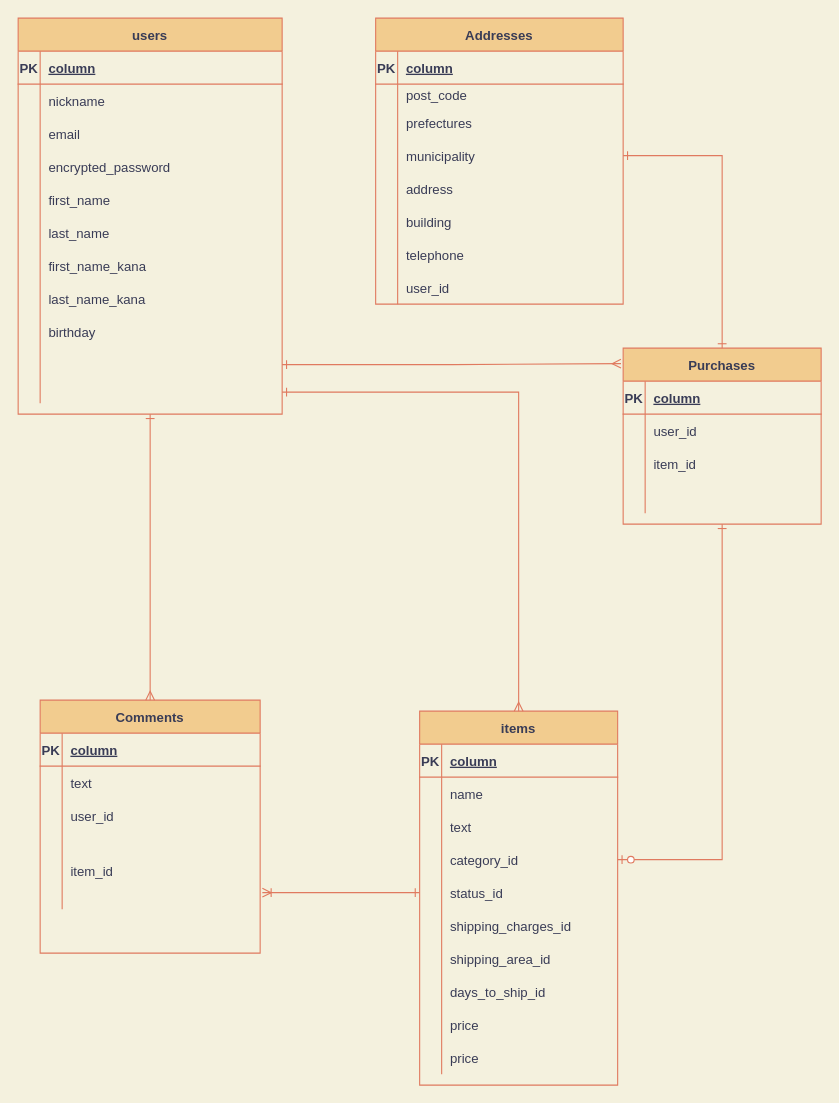
This is .dio from uki-88/furima-35030, a draw.io file, before an edit. Source tidied: cells renumbered, new cells numbered last; positions are measured from the earlier drawing's top-left corner, leaving out a move shared by most shapes. Both pictures are drawn from the tidied source at 110%, with x=0, y=0 at pixel (18, 18).
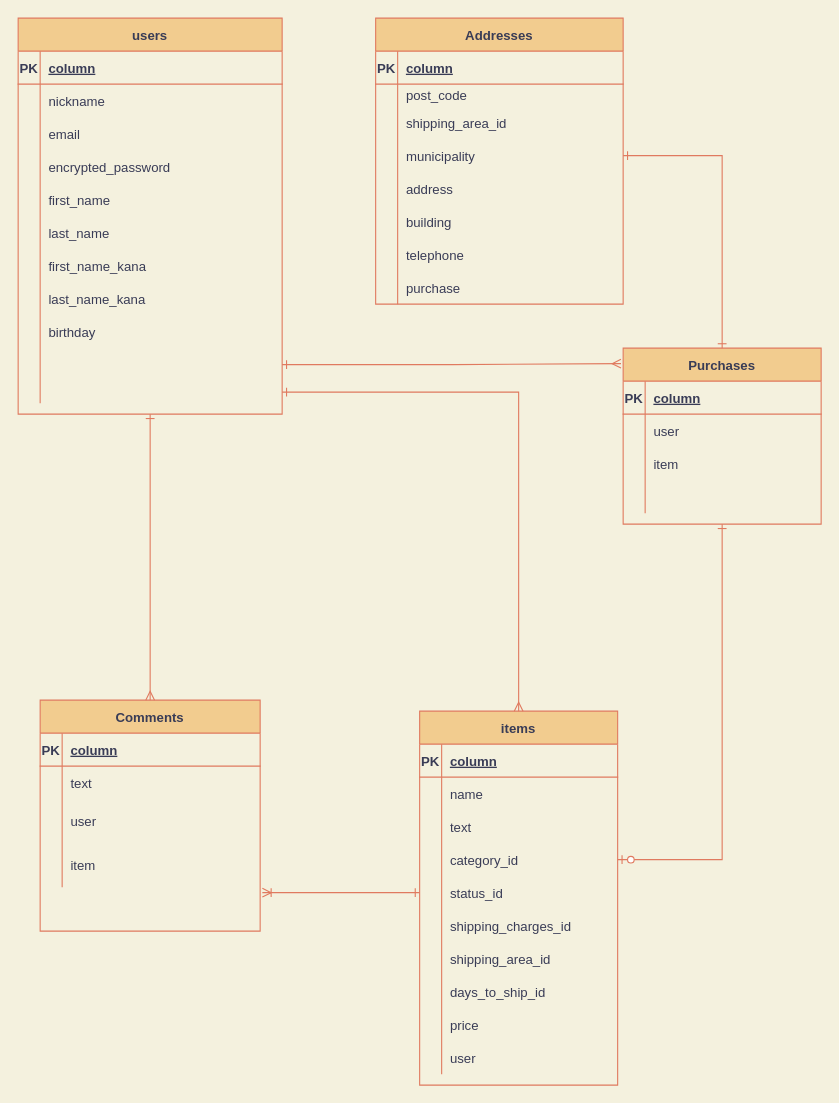
The same page after the edit.

Commit message (it also covers changes not shown here):
テーブル設計の修正Part4

Unchanged cells that the change refers to:
```xml
<mxCell id="9" style="shape=partialRectangle;fillColor=none;top=0;left=0;bottom=0;right=0;strokeColor=#E07A5F;fontColor=#393C56;" parent="2" vertex="1">
  <mxGeometry y="80" width="225" height="30" as="geometry" />
</mxCell>
<mxCell id="24" style="shape=partialRectangle;fillColor=none;top=0;left=0;bottom=0;right=0;strokeColor=#E07A5F;fontColor=#393C56;" parent="2" vertex="1">
  <mxGeometry y="230" width="225" height="30" as="geometry" />
</mxCell>
<mxCell id="68" style="shape=partialRectangle;fillColor=none;top=0;left=0;bottom=0;right=0;strokeColor=#E07A5F;fontColor=#393C56;" parent="40" vertex="1">
  <mxGeometry y="300" width="180" height="30" as="geometry" />
</mxCell>
<mxCell id="110" style="shape=partialRectangle;fillColor=none;top=0;left=0;bottom=0;right=0;strokeColor=#E07A5F;fontColor=#393C56;" parent="106" vertex="1">
  <mxGeometry y="60" width="180" height="30" as="geometry" />
</mxCell>
<mxCell id="113" style="shape=partialRectangle;fillColor=none;top=0;left=0;bottom=0;right=0;strokeColor=#E07A5F;fontColor=#393C56;" parent="106" vertex="1">
  <mxGeometry y="90" width="180" height="30" as="geometry" />
</mxCell>
```

Diff of the diagram source:
```diff
@@
-    <mxCell id="11" value="prefectures" style="shape=partialRectangle;fillColor=none;top=0;left=0;bottom=0;right=0;align=left;spacingLeft=6;overflow=hidden;strokeColor=#E07A5F;fontColor=#393C56;" parent="9" vertex="1">
+    <mxCell id="11" value="shipping_area_id" style="shape=partialRectangle;fillColor=none;top=0;left=0;bottom=0;right=0;align=left;spacingLeft=6;overflow=hidden;strokeColor=#E07A5F;fontColor=#393C56;" parent="9" vertex="1">
       <mxGeometry x="20" width="205" height="30" as="geometry" />
     </mxCell>
@@
-    <mxCell id="26" value="user_id" style="shape=partialRectangle;fillColor=none;top=0;left=0;bottom=0;right=0;align=left;spacingLeft=6;overflow=hidden;strokeColor=#E07A5F;fontColor=#393C56;" parent="24" vertex="1">
+    <mxCell id="26" value="purchase" style="shape=partialRectangle;fillColor=none;top=0;left=0;bottom=0;right=0;align=left;spacingLeft=6;overflow=hidden;strokeColor=#E07A5F;fontColor=#393C56;" parent="24" vertex="1">
       <mxGeometry x="20" width="205" height="30" as="geometry" />
     </mxCell>
     <mxCell id="27" value="Comments" style="shape=table;startSize=30;childLayout=tableLayout;rowLines=0;fontStyle=1;align=center;fillColor=#F2CC8F;strokeColor=#E07A5F;fontColor=#393C56;" parent="1" vertex="1">
-      <mxGeometry x="20" y="620" width="200" height="230" as="geometry" />
+      <mxGeometry x="20" y="620" width="200" height="210" as="geometry" />
     </mxCell>
@@
     <mxCell id="34" style="shape=partialRectangle;fillColor=none;top=0;left=0;bottom=0;right=0;strokeColor=#E07A5F;fontColor=#393C56;" parent="27" vertex="1">
-      <mxGeometry y="90" width="200" height="30" as="geometry" />
+      <mxGeometry y="90" width="200" height="40" as="geometry" />
     </mxCell>
     <mxCell id="35" style="shape=partialRectangle;fillColor=none;top=0;left=0;bottom=0;right=0;overflow=hidden;strokeColor=#E07A5F;fontColor=#393C56;" parent="34" vertex="1">
-      <mxGeometry width="20" height="30" as="geometry" />
+      <mxGeometry width="20" height="40" as="geometry" />
     </mxCell>
-    <mxCell id="36" value="user_id" style="shape=partialRectangle;fillColor=none;top=0;left=0;bottom=0;right=0;align=left;spacingLeft=6;overflow=hidden;strokeColor=#E07A5F;fontColor=#393C56;" parent="34" vertex="1">
-      <mxGeometry x="20" width="180" height="30" as="geometry" />
+    <mxCell id="36" value="user" style="shape=partialRectangle;fillColor=none;top=0;left=0;bottom=0;right=0;align=left;spacingLeft=6;overflow=hidden;strokeColor=#E07A5F;fontColor=#393C56;" parent="34" vertex="1">
+      <mxGeometry x="20" width="180" height="40" as="geometry" />
     </mxCell>
     <mxCell id="37" style="shape=partialRectangle;fillColor=none;top=0;left=0;bottom=0;right=0;strokeColor=#E07A5F;fontColor=#393C56;" parent="27" vertex="1">
-      <mxGeometry y="120" width="200" height="70" as="geometry" />
+      <mxGeometry y="130" width="200" height="40" as="geometry" />
     </mxCell>
     <mxCell id="38" style="shape=partialRectangle;fillColor=none;top=0;left=0;bottom=0;right=0;overflow=hidden;strokeColor=#E07A5F;fontColor=#393C56;" parent="37" vertex="1">
-      <mxGeometry width="20" height="70" as="geometry" />
+      <mxGeometry width="20" height="40" as="geometry" />
     </mxCell>
-    <mxCell id="39" value="item_id" style="shape=partialRectangle;fillColor=none;top=0;left=0;bottom=0;right=0;align=left;spacingLeft=6;overflow=hidden;strokeColor=#E07A5F;fontColor=#393C56;" parent="37" vertex="1">
-      <mxGeometry x="20" width="180" height="70" as="geometry" />
+    <mxCell id="39" value="item" style="shape=partialRectangle;fillColor=none;top=0;left=0;bottom=0;right=0;align=left;spacingLeft=6;overflow=hidden;strokeColor=#E07A5F;fontColor=#393C56;" parent="37" vertex="1">
+      <mxGeometry x="20" width="180" height="40" as="geometry" />
     </mxCell>
@@
-    <mxCell id="70" value="price" style="shape=partialRectangle;fillColor=none;top=0;left=0;bottom=0;right=0;align=left;spacingLeft=6;overflow=hidden;strokeColor=#E07A5F;fontColor=#393C56;" parent="68" vertex="1">
+    <mxCell id="70" value="user" style="shape=partialRectangle;fillColor=none;top=0;left=0;bottom=0;right=0;align=left;spacingLeft=6;overflow=hidden;strokeColor=#E07A5F;fontColor=#393C56;" parent="68" vertex="1">
       <mxGeometry x="20" width="160" height="30" as="geometry" />
     </mxCell>
@@
-    <mxCell id="112" value="user_id" style="shape=partialRectangle;fillColor=none;top=0;left=0;bottom=0;right=0;align=left;spacingLeft=6;overflow=hidden;strokeColor=#E07A5F;fontColor=#393C56;" parent="110" vertex="1">
+    <mxCell id="112" value="user" style="shape=partialRectangle;fillColor=none;top=0;left=0;bottom=0;right=0;align=left;spacingLeft=6;overflow=hidden;strokeColor=#E07A5F;fontColor=#393C56;" parent="110" vertex="1">
       <mxGeometry x="20" width="160" height="30" as="geometry" />
     </mxCell>
@@
-    <mxCell id="115" value="item_id" style="shape=partialRectangle;fillColor=none;top=0;left=0;bottom=0;right=0;align=left;spacingLeft=6;overflow=hidden;strokeColor=#E07A5F;fontColor=#393C56;" parent="113" vertex="1">
+    <mxCell id="115" value="item" style="shape=partialRectangle;fillColor=none;top=0;left=0;bottom=0;right=0;align=left;spacingLeft=6;overflow=hidden;strokeColor=#E07A5F;fontColor=#393C56;" parent="113" vertex="1">
       <mxGeometry x="20" width="160" height="30" as="geometry" />
     </mxCell>
```
